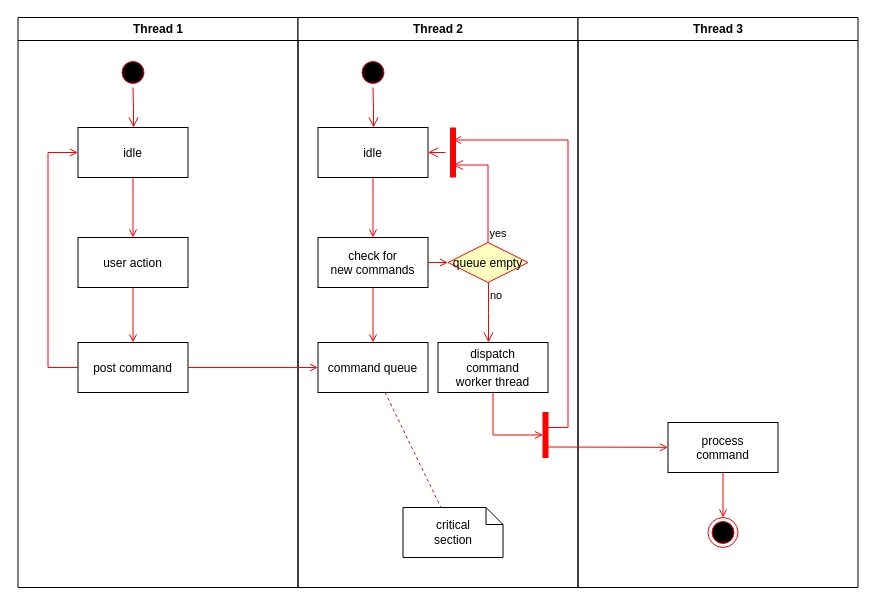
This is activity diagram.drawio from shatanov/IT-exams, a draw.io file, before an edit. Source tidied: cells renumbered, new cells numbered last; positions are measured from the earlier drawing's top-left corner, leaving out a move shared by most shapes. Both pictures are drawn from the tidied source at 100%, with x=0, y=0 at pixel (17, 17).
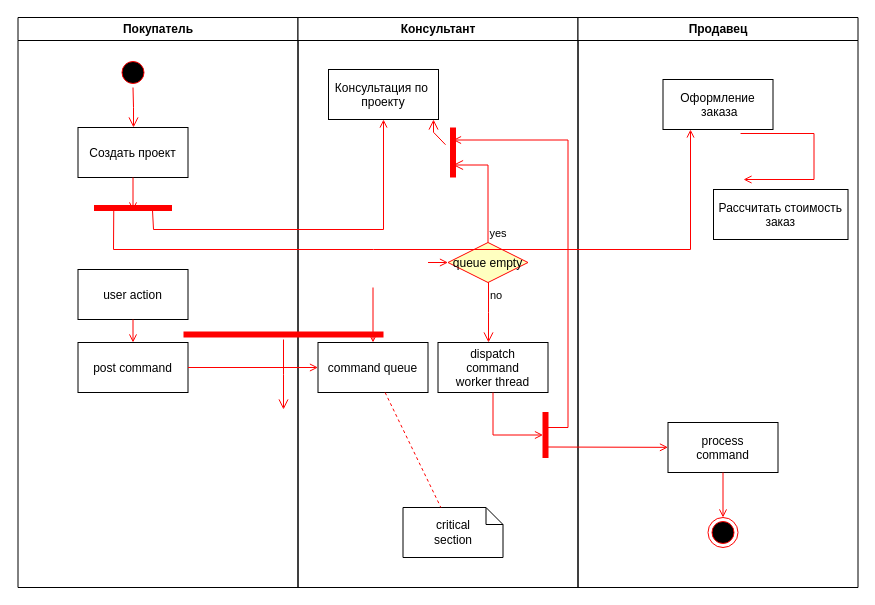
Above is the later version.

Unchanged cells that the change refers to:
```xml
<mxCell id="8" value="post command" parent="2" vertex="1">
  <mxGeometry x="60" y="325" width="110" height="50" as="geometry" />
</mxCell>
<mxCell id="17" value="command queue" parent="11" vertex="1">
  <mxGeometry x="20" y="325" width="110" height="50" as="geometry" />
</mxCell>
<mxCell id="19" value="queue empty" style="rhombus;fillColor=#ffffc0;strokeColor=#ff0000;" parent="11" vertex="1">
  <mxGeometry x="150" y="225" width="80" height="40" as="geometry" />
</mxCell>
```

The edit, as a diff of the source:
```diff
@@
-    <mxCell id="2" value="Thread 1" style="swimlane;whiteSpace=wrap;" parent="1" vertex="1">
+    <mxCell id="2" value="Покупатель" style="swimlane;whiteSpace=wrap;startSize=23;" parent="1" vertex="1">
       <mxGeometry x="0.5" width="280" height="570" as="geometry" />
     </mxCell>
@@
-    <mxCell id="5" value="idle" parent="2" vertex="1">
+    <mxCell id="5" value="Создать проект" parent="2" vertex="1">
       <mxGeometry x="60" y="110" width="110" height="50" as="geometry" />
     </mxCell>
     <mxCell id="6" value="user action" parent="2" vertex="1">
-      <mxGeometry x="60" y="220" width="110" height="50" as="geometry" />
+      <mxGeometry x="60" y="252" width="110" height="50" as="geometry" />
     </mxCell>
-    <mxCell id="7" style="endArrow=open;strokeColor=#FF0000;endFill=1;rounded=0;" parent="2" edge="1" source="5" target="6">
-      <mxGeometry relative="1" as="geometry" />
-    </mxCell>
@@
-    <mxCell id="10" style="edgeStyle=elbowEdgeStyle;elbow=horizontal;strokeColor=#FF0000;endArrow=open;endFill=1;rounded=0;" parent="2" edge="1" source="8" target="5">
-      <mxGeometry relative="1" as="geometry">
-        <Array as="points">
-          <mxPoint x="30" y="250" />
-        </Array>
-      </mxGeometry>
-    </mxCell>
+    <mxCell id="37" style="whiteSpace=wrap;strokeColor=#FF0000;fillColor=#FF0000;rotation=90;" parent="2" vertex="1">
+      <mxGeometry x="112.5" y="152" width="5" height="77" as="geometry" />
+    </mxCell>
+    <mxCell id="38" style="edgeStyle=none;strokeColor=#FF0000;endArrow=open;endFill=1;rounded=0;exitX=0.5;exitY=1;exitDx=0;exitDy=0;entryX=1;entryY=0.5;entryDx=0;entryDy=0;" parent="2" edge="1" source="5" target="37">
+      <mxGeometry relative="1" as="geometry" />
+    </mxCell>
-    <mxCell id="11" value="Thread 2" style="swimlane;whiteSpace=wrap;" parent="1" vertex="1">
+    <mxCell id="11" value="Консультант" style="swimlane;whiteSpace=wrap;" parent="1" vertex="1">
       <mxGeometry x="280.5" width="280" height="570" as="geometry" />
     </mxCell>
-    <mxCell id="12" style="ellipse;shape=startState;fillColor=#000000;strokeColor=#ff0000;" parent="11" vertex="1">
-      <mxGeometry x="60" y="40" width="30" height="30" as="geometry" />
-    </mxCell>
-    <mxCell id="13" style="edgeStyle=elbowEdgeStyle;elbow=horizontal;verticalAlign=bottom;endArrow=open;endSize=8;strokeColor=#FF0000;endFill=1;rounded=0;" parent="11" edge="1" source="12" target="14">
-      <mxGeometry x="40" y="20" as="geometry" />
-    </mxCell>
-    <mxCell id="14" value="idle" parent="11" vertex="1">
-      <mxGeometry x="20" y="110" width="110" height="50" as="geometry" />
+    <mxCell id="14" value="Консультация по &#10;проекту" parent="11" vertex="1">
+      <mxGeometry x="30.5" y="52" width="110" height="50" as="geometry" />
     </mxCell>
-    <mxCell id="15" value="check for &#10;new commands" parent="11" vertex="1">
-      <mxGeometry x="20" y="220" width="110" height="50" as="geometry" />
-    </mxCell>
-    <mxCell id="16" style="endArrow=open;strokeColor=#FF0000;endFill=1;rounded=0;" parent="11" edge="1" source="14" target="15">
-      <mxGeometry relative="1" as="geometry" />
-    </mxCell>
@@
-    <mxCell id="18" style="endArrow=open;strokeColor=#FF0000;endFill=1;rounded=0;" parent="11" edge="1" source="15" target="17">
-      <mxGeometry relative="1" as="geometry" />
+    <mxCell id="18" style="endArrow=open;strokeColor=#FF0000;endFill=1;rounded=0;" parent="11" edge="1" target="17">
+      <mxGeometry relative="1" as="geometry">
+        <mxPoint x="75" y="270" as="sourcePoint" />
+      </mxGeometry>
     </mxCell>
@@
-    <mxCell id="22" style="endArrow=open;strokeColor=#FF0000;endFill=1;rounded=0;" parent="11" edge="1" source="15" target="19">
-      <mxGeometry relative="1" as="geometry" />
+    <mxCell id="22" style="endArrow=open;strokeColor=#FF0000;endFill=1;rounded=0;" parent="11" edge="1" target="19">
+      <mxGeometry relative="1" as="geometry">
+        <mxPoint x="130" y="245" as="sourcePoint" />
+      </mxGeometry>
     </mxCell>
@@
-    <mxCell id="30" value="Thread 3" style="swimlane;whiteSpace=wrap;" parent="1" vertex="1">
+    <mxCell id="30" value="Продавец" style="swimlane;whiteSpace=wrap;" parent="1" vertex="1">
       <mxGeometry x="560.5" width="280" height="570" as="geometry" />
     </mxCell>
@@
+    <mxCell id="39" value="Оформление&#10; заказа" parent="30" vertex="1">
+      <mxGeometry x="85" y="62" width="110" height="50" as="geometry" />
+    </mxCell>
+    <mxCell id="40" value="Рассчитать стоимость&#10;заказ" parent="30" vertex="1">
+      <mxGeometry x="135.5" y="172" width="134.5" height="50" as="geometry" />
+    </mxCell>
+    <mxCell id="41" style="edgeStyle=elbowEdgeStyle;elbow=horizontal;strokeColor=#FF0000;endArrow=open;endFill=1;rounded=0;exitX=0.705;exitY=1.08;exitDx=0;exitDy=0;exitPerimeter=0;" parent="30" edge="1" source="39">
+      <mxGeometry relative="1" as="geometry">
+        <mxPoint x="165.5" y="162" as="targetPoint" />
+        <Array as="points">
+          <mxPoint x="236" y="142" />
+          <mxPoint x="196" y="152" />
+        </Array>
+      </mxGeometry>
+    </mxCell>
@@
+    <mxCell id="42" style="shape=line;html=1;strokeWidth=6;strokeColor=#ff0000;" parent="1" vertex="1">
+      <mxGeometry x="166" y="312" width="200" height="10" as="geometry" />
+    </mxCell>
+    <mxCell id="43" style="edgeStyle=orthogonalEdgeStyle;html=1;verticalAlign=bottom;endArrow=open;endSize=8;strokeColor=#ff0000;rounded=0;" parent="1" edge="1" source="42">
+      <mxGeometry relative="1" as="geometry">
+        <mxPoint x="266" y="392" as="targetPoint" />
+      </mxGeometry>
+    </mxCell>
+    <mxCell id="16" style="endArrow=open;strokeColor=#FF0000;endFill=1;rounded=0;exitX=0;exitY=0.25;exitDx=0;exitDy=0;entryX=0.5;entryY=1;entryDx=0;entryDy=0;" parent="1" edge="1" source="37" target="14">
+      <mxGeometry relative="1" as="geometry">
+        <Array as="points">
+          <mxPoint x="136" y="212" />
+          <mxPoint x="366" y="212" />
+        </Array>
+      </mxGeometry>
+    </mxCell>
+    <mxCell id="44" style="endArrow=open;strokeColor=#FF0000;endFill=1;rounded=0;exitX=1;exitY=0.75;exitDx=0;exitDy=0;entryX=0.25;entryY=1;entryDx=0;entryDy=0;" parent="1" edge="1" source="37" target="39">
+      <mxGeometry relative="1" as="geometry">
+        <Array as="points">
+          <mxPoint x="96" y="232" />
+          <mxPoint x="356" y="232" />
+          <mxPoint x="673" y="232" />
+        </Array>
+      </mxGeometry>
+    </mxCell>
```
